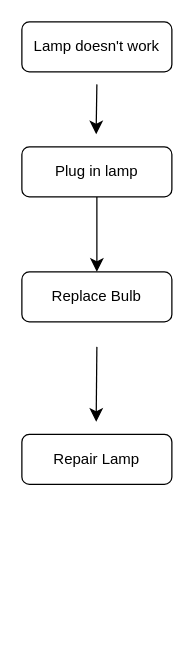
This is 未命名绘图.drawio from ShadowBytejj/image_clustering_with_gui, a draw.io file, before an edit. Source tidied: cells renumbered, new cells numbered last; positions are measured from the earlier drawing's top-left corner, leaving out a move shared by most shapes. Both pictures are drawn from the tidied source at 125%, with x=0, y=0 at pixel (21, 21).
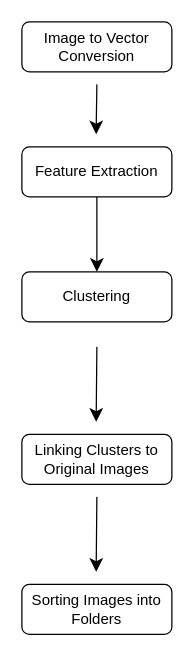
The same diagram, later.

What changed in the source:
```diff
@@
 <mxGraphModel>
   <root>
     <mxCell id="0" />
     <mxCell id="1" parent="0" />
-    <mxCell id="2" value="Lamp doesn't work" style="rounded=1;whiteSpace=wrap;html=1;fontSize=12;glass=0;strokeWidth=1;shadow=0;" parent="1" vertex="1">
+    <mxCell id="2" value="Image to Vector Conversion" style="rounded=1;whiteSpace=wrap;html=1;fontSize=12;glass=0;strokeWidth=1;shadow=0;" parent="1" vertex="1">
       <mxGeometry width="120" height="40" as="geometry" />
     </mxCell>
     <mxCell id="3" style="edgeStyle=none;curved=1;rounded=0;jettySize=auto;html=1;fontSize=12;startSize=8;endSize=8;" parent="1" edge="1" source="4" target="6">
       <mxGeometry relative="1" as="geometry" />
     </mxCell>
-    <mxCell id="4" value="Plug in lamp" style="rounded=1;whiteSpace=wrap;html=1;fontSize=12;glass=0;strokeWidth=1;shadow=0;" parent="1" vertex="1">
+    <mxCell id="4" value="Feature Extraction" style="rounded=1;whiteSpace=wrap;html=1;fontSize=12;glass=0;strokeWidth=1;shadow=0;" parent="1" vertex="1">
       <mxGeometry y="100" width="120" height="40" as="geometry" />
     </mxCell>
-    <mxCell id="5" value="Repair Lamp" style="rounded=1;whiteSpace=wrap;html=1;fontSize=12;glass=0;strokeWidth=1;shadow=0;" parent="1" vertex="1">
+    <mxCell id="5" value="Linking Clusters to Original Images" style="rounded=1;whiteSpace=wrap;html=1;fontSize=12;glass=0;strokeWidth=1;shadow=0;" parent="1" vertex="1">
       <mxGeometry y="330" width="120" height="40" as="geometry" />
     </mxCell>
-    <mxCell id="6" value="Replace Bulb" style="rounded=1;whiteSpace=wrap;html=1;fontSize=12;glass=0;strokeWidth=1;shadow=0;" parent="1" vertex="1">
+    <mxCell id="6" value="Clustering" style="rounded=1;whiteSpace=wrap;html=1;fontSize=12;glass=0;strokeWidth=1;shadow=0;" parent="1" vertex="1">
       <mxGeometry y="200" width="120" height="40" as="geometry" />
     </mxCell>
     <mxCell id="7" style="edgeStyle=none;curved=1;rounded=0;orthogonalLoop=1;jettySize=auto;html=1;fontSize=12;startSize=8;endSize=8;" parent="1" edge="1">
       <mxGeometry relative="1" as="geometry">
         <mxPoint x="60" y="260" as="sourcePoint" />
         <mxPoint x="59.5" y="320" as="targetPoint" />
         <Array as="points">
           <mxPoint x="59.5" y="310" />
         </Array>
       </mxGeometry>
     </mxCell>
     <mxCell id="8" style="edgeStyle=none;curved=1;rounded=0;orthogonalLoop=1;jettySize=auto;html=1;fontSize=12;startSize=8;endSize=8;" parent="1" edge="1">
       <mxGeometry relative="1" as="geometry">
         <mxPoint x="60" y="50" as="sourcePoint" />
         <mxPoint x="59.5" y="90" as="targetPoint" />
         <Array as="points">
           <mxPoint x="59.5" y="80" />
         </Array>
       </mxGeometry>
     </mxCell>
+    <mxCell id="9" value="Sorting Images into Folders" style="rounded=1;whiteSpace=wrap;html=1;fontSize=12;glass=0;strokeWidth=1;shadow=0;" parent="1" vertex="1">
+      <mxGeometry y="450" width="120" height="40" as="geometry" />
+    </mxCell>
+    <mxCell id="10" style="edgeStyle=none;curved=1;rounded=0;orthogonalLoop=1;jettySize=auto;html=1;fontSize=12;startSize=8;endSize=8;" parent="1" edge="1">
+      <mxGeometry relative="1" as="geometry">
+        <mxPoint x="60" y="380" as="sourcePoint" />
+        <mxPoint x="59.5" y="440" as="targetPoint" />
+        <Array as="points">
+          <mxPoint x="59.5" y="430" />
+        </Array>
+      </mxGeometry>
+    </mxCell>
   </root>
 </mxGraphModel>
```
